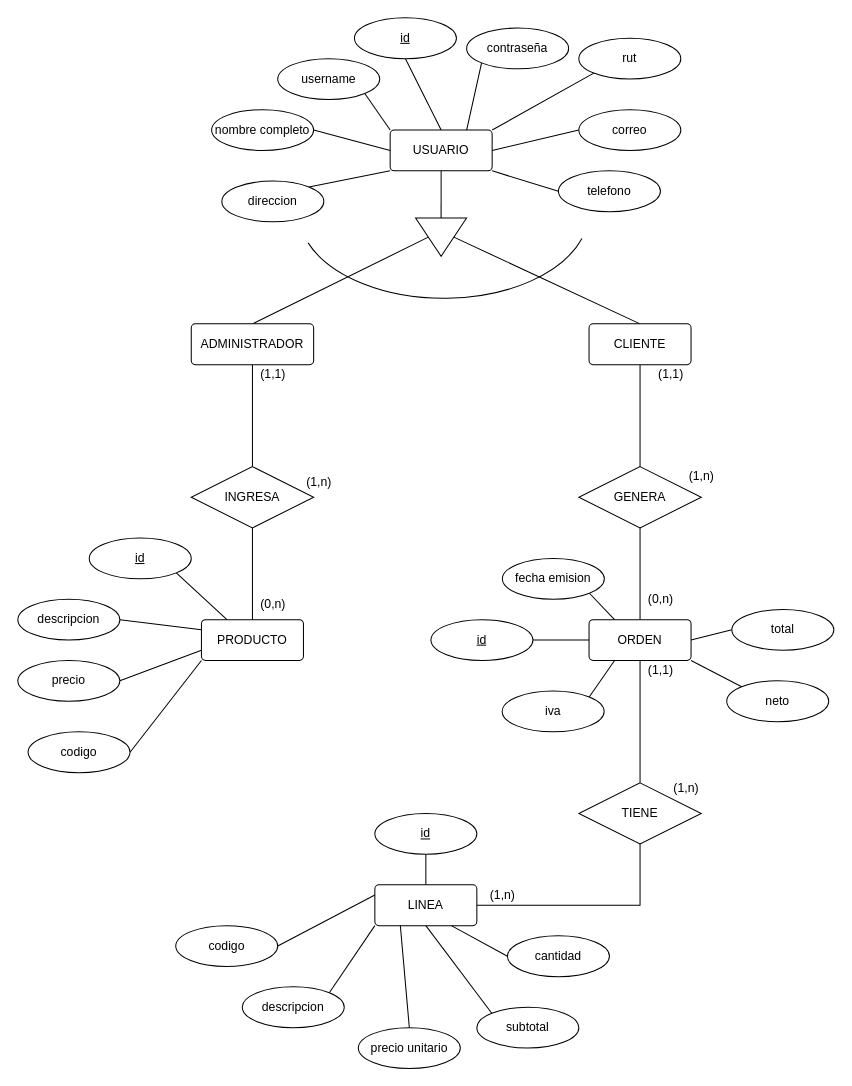
Above: page "ER" (1 of 3) of DiagramaER.drawio in KemosahbeAndres/proyecto_java (draw.io), before the change. Source tidied: cells renumbered, new cells numbered last; positions are measured from the earlier drawing's top-left corner, leaving out a move shared by most shapes. Both pictures are drawn from the tidied source at 102%, with x=0, y=0 at pixel (17, 17).
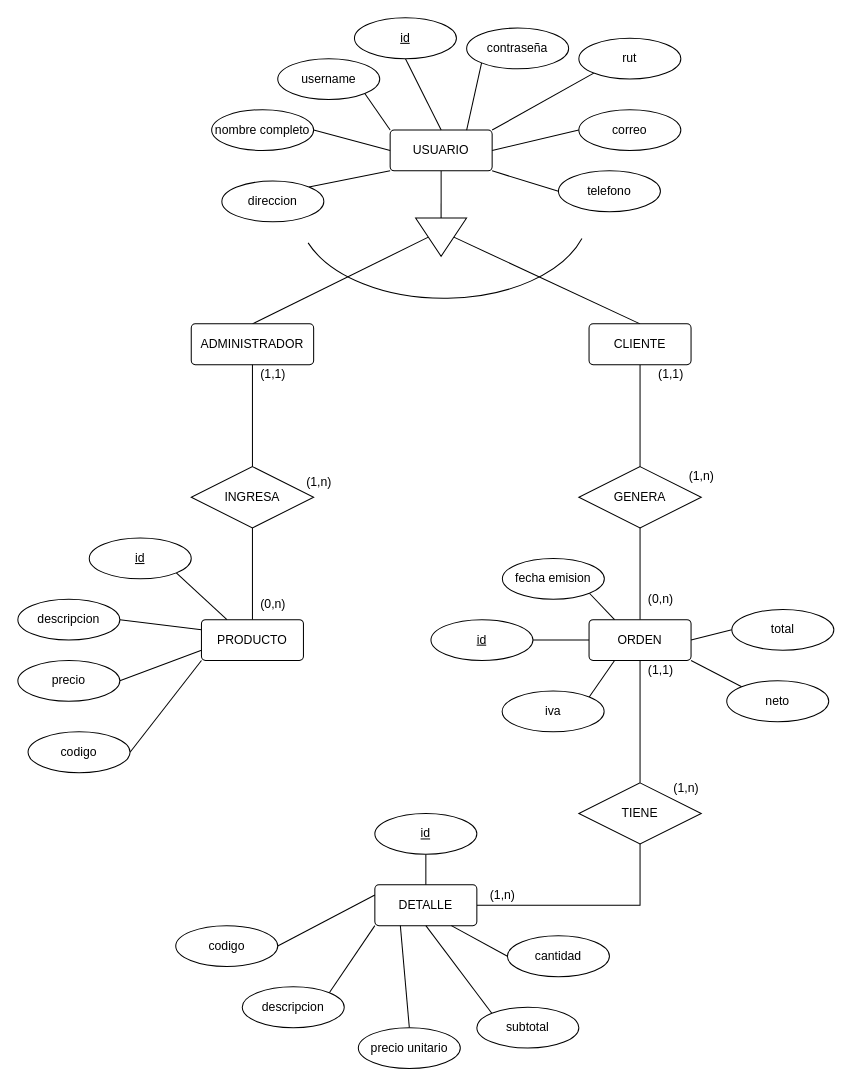
The same page after the edit.

Change to the diagram source:
```diff
@@
-    <mxCell id="24" value="LINEA" style="rounded=1;arcSize=10;whiteSpace=wrap;html=1;align=center;" parent="1" vertex="1">
+    <mxCell id="24" value="DETALLE" style="rounded=1;arcSize=10;whiteSpace=wrap;html=1;align=center;" parent="1" vertex="1">
       <mxGeometry x="350" y="850" width="100" height="40" as="geometry" />
     </mxCell>
```
